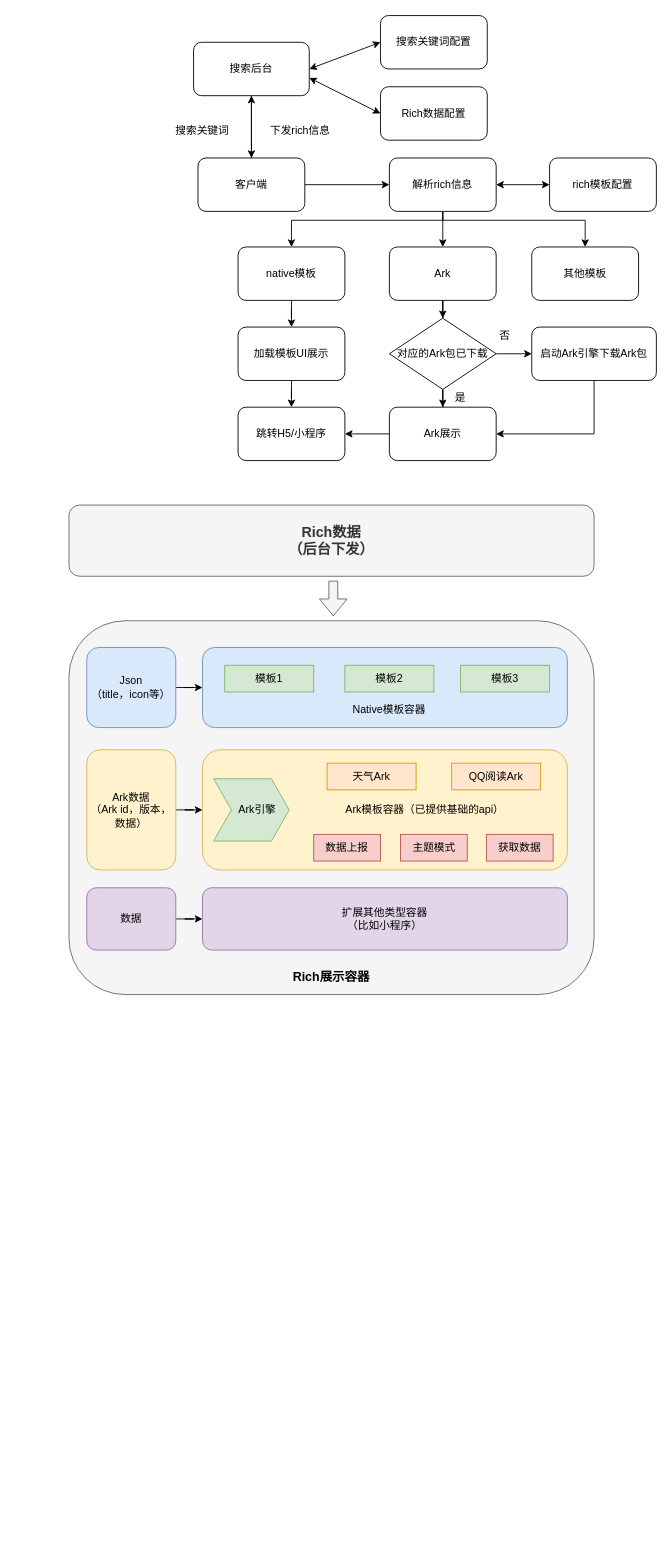
Before: page "Ark" (3 of 3) of t3.drawio in wind1096471134/Brainstorming, a draw.io diagram. Source tidied: cells renumbered, new cells numbered last; positions are measured from the earlier drawing's top-left corner, leaving out a move shared by most shapes. Both pictures are drawn from the tidied source at 89%, with x=0, y=0 at pixel (69, 15).
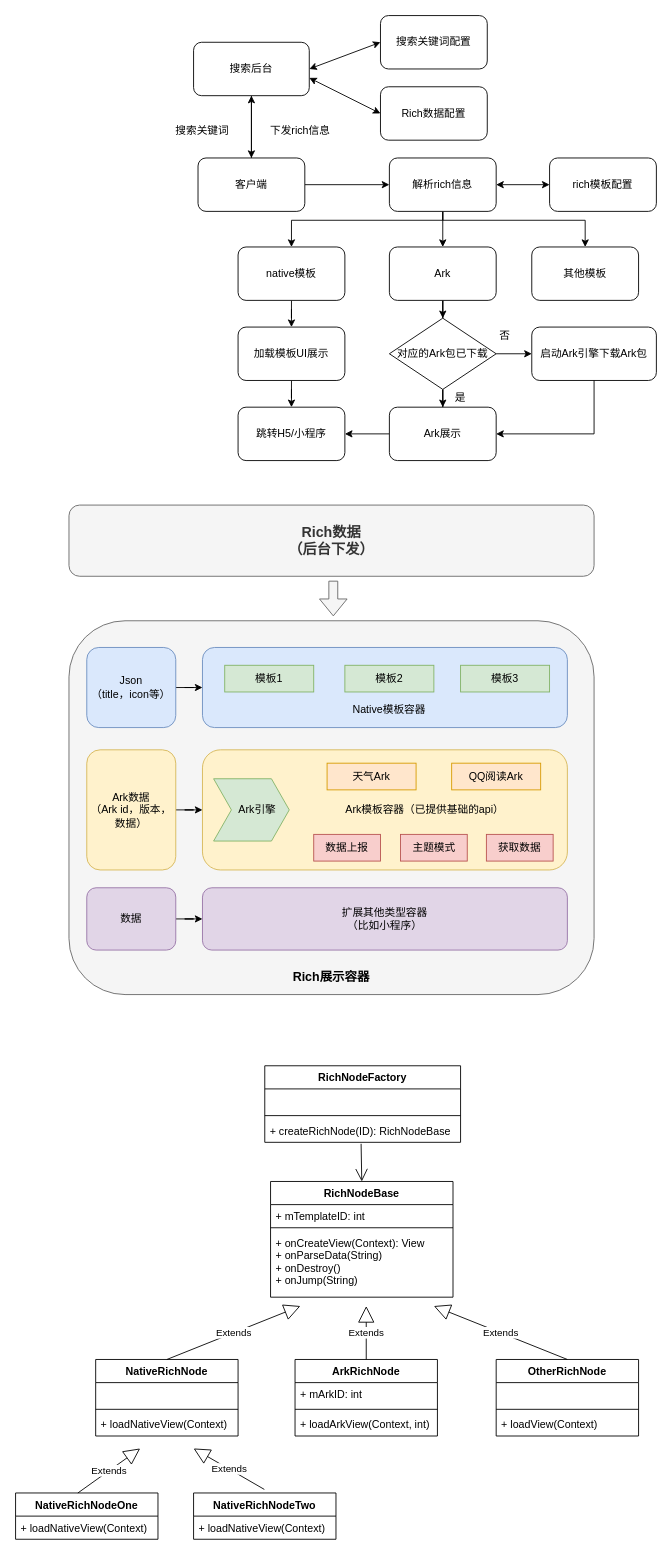
After the change.

The edit, as a diff of the source:
```diff
@@
+    <mxCell id="62" value="RichNodeFactory" style="swimlane;fontStyle=1;align=center;verticalAlign=top;horizontal=1;startSize=26;" parent="1" vertex="1">
+      <mxGeometry x="220" y="1180" width="220" height="86" as="geometry" />
+    </mxCell>
+    <mxCell id="63" value=" " style="text;strokeColor=none;fillColor=none;align=left;verticalAlign=top;spacingLeft=4;spacingRight=4;overflow=hidden;" parent="62" vertex="1">
+      <mxGeometry y="26" width="220" height="26" as="geometry" />
+    </mxCell>
+    <mxCell id="64" style="line;strokeWidth=1;fillColor=none;align=left;verticalAlign=middle;spacingTop=-1;spacingLeft=3;spacingRight=3;labelPosition=right;" parent="62" vertex="1">
+      <mxGeometry y="52" width="220" height="8" as="geometry" />
+    </mxCell>
+    <mxCell id="65" value="+ createRichNode(ID): RichNodeBase" style="text;strokeColor=none;fillColor=none;align=left;verticalAlign=top;spacingLeft=4;spacingRight=4;overflow=hidden;points=[[0,0.5],[1,0.5]];portConstraint=eastwest;" parent="62" vertex="1">
+      <mxGeometry y="60" width="220" height="26" as="geometry" />
+    </mxCell>
+    <mxCell id="66" value="RichNodeBase" style="swimlane;fontStyle=1;align=center;verticalAlign=top;horizontal=1;startSize=26;" parent="1" vertex="1">
+      <mxGeometry x="226.5" y="1310" width="205" height="130" as="geometry" />
+    </mxCell>
+    <mxCell id="67" value="+ mTemplateID: int" style="text;strokeColor=none;fillColor=none;align=left;verticalAlign=top;spacingLeft=4;spacingRight=4;overflow=hidden;" parent="66" vertex="1">
+      <mxGeometry y="26" width="205" height="22" as="geometry" />
+    </mxCell>
+    <mxCell id="68" style="line;strokeWidth=1;fillColor=none;align=left;verticalAlign=middle;spacingTop=-1;spacingLeft=3;spacingRight=3;labelPosition=right;" parent="66" vertex="1">
+      <mxGeometry y="48" width="205" height="8" as="geometry" />
+    </mxCell>
+    <mxCell id="69" value="+ onCreateView(Context): View&#10;+ onParseData(String)&#10;+ onDestroy()&#10;+ onJump(String)" style="text;strokeColor=none;fillColor=none;align=left;verticalAlign=top;spacingLeft=4;spacingRight=4;overflow=hidden;" parent="66" vertex="1">
+      <mxGeometry y="56" width="205" height="74" as="geometry" />
+    </mxCell>
+    <mxCell id="70" style="endArrow=open;endFill=1;endSize=12;html=1;exitX=0.492;exitY=1.064;exitDx=0;exitDy=0;exitPerimeter=0;entryX=0.5;entryY=0;entryDx=0;entryDy=0;" parent="1" edge="1" source="65" target="66">
+      <mxGeometry relative="1" as="geometry" />
+    </mxCell>
+    <mxCell id="71" value="NativeRichNode" style="swimlane;fontStyle=1;align=center;verticalAlign=top;horizontal=1;startSize=26;" parent="1" vertex="1">
+      <mxGeometry x="30" y="1510" width="160" height="86" as="geometry" />
+    </mxCell>
+    <mxCell id="72" value=" " style="text;strokeColor=none;fillColor=none;align=left;verticalAlign=top;spacingLeft=4;spacingRight=4;overflow=hidden;" parent="71" vertex="1">
+      <mxGeometry y="26" width="160" height="26" as="geometry" />
+    </mxCell>
+    <mxCell id="73" style="line;strokeWidth=1;fillColor=none;align=left;verticalAlign=middle;spacingTop=-1;spacingLeft=3;spacingRight=3;labelPosition=right;" parent="71" vertex="1">
+      <mxGeometry y="52" width="160" height="8" as="geometry" />
+    </mxCell>
+    <mxCell id="74" value="+ loadNativeView(Context)" style="text;strokeColor=none;fillColor=none;align=left;verticalAlign=top;spacingLeft=4;spacingRight=4;overflow=hidden;" parent="71" vertex="1">
+      <mxGeometry y="60" width="160" height="26" as="geometry" />
+    </mxCell>
+    <mxCell id="75" value="ArkRichNode" style="swimlane;fontStyle=1;align=center;verticalAlign=top;horizontal=1;startSize=26;" parent="1" vertex="1">
+      <mxGeometry x="254" y="1510" width="160" height="86" as="geometry" />
+    </mxCell>
+    <mxCell id="76" value="+ mArkID: int" style="text;strokeColor=none;fillColor=none;align=left;verticalAlign=top;spacingLeft=4;spacingRight=4;overflow=hidden;" parent="75" vertex="1">
+      <mxGeometry y="26" width="160" height="26" as="geometry" />
+    </mxCell>
+    <mxCell id="77" style="line;strokeWidth=1;fillColor=none;align=left;verticalAlign=middle;spacingTop=-1;spacingLeft=3;spacingRight=3;labelPosition=right;" parent="75" vertex="1">
+      <mxGeometry y="52" width="160" height="8" as="geometry" />
+    </mxCell>
+    <mxCell id="78" value="+ loadArkView(Context, int)" style="text;strokeColor=none;fillColor=none;align=left;verticalAlign=top;spacingLeft=4;spacingRight=4;overflow=hidden;" parent="75" vertex="1">
+      <mxGeometry y="60" width="160" height="26" as="geometry" />
+    </mxCell>
+    <mxCell id="79" value="OtherRichNode" style="swimlane;fontStyle=1;align=center;verticalAlign=top;horizontal=1;startSize=26;" parent="1" vertex="1">
+      <mxGeometry x="480" y="1510" width="160" height="86" as="geometry" />
+    </mxCell>
+    <mxCell id="80" value=" " style="text;strokeColor=none;fillColor=none;align=left;verticalAlign=top;spacingLeft=4;spacingRight=4;overflow=hidden;" parent="79" vertex="1">
+      <mxGeometry y="26" width="160" height="26" as="geometry" />
+    </mxCell>
+    <mxCell id="81" style="line;strokeWidth=1;fillColor=none;align=left;verticalAlign=middle;spacingTop=-1;spacingLeft=3;spacingRight=3;labelPosition=right;" parent="79" vertex="1">
+      <mxGeometry y="52" width="160" height="8" as="geometry" />
+    </mxCell>
+    <mxCell id="82" value="+ loadView(Context)" style="text;strokeColor=none;fillColor=none;align=left;verticalAlign=top;spacingLeft=4;spacingRight=4;overflow=hidden;" parent="79" vertex="1">
+      <mxGeometry y="60" width="160" height="26" as="geometry" />
+    </mxCell>
+    <mxCell id="83" value="Extends" style="endArrow=block;endSize=16;endFill=0;html=1;exitX=0.5;exitY=0;exitDx=0;exitDy=0;" parent="1" edge="1" source="71">
+      <mxGeometry relative="1" as="geometry">
+        <mxPoint x="260" y="1450" as="targetPoint" />
+      </mxGeometry>
+    </mxCell>
+    <mxCell id="84" value="Extends" style="endArrow=block;endSize=16;endFill=0;html=1;exitX=0.5;exitY=0;exitDx=0;exitDy=0;" parent="1" edge="1" source="75">
+      <mxGeometry relative="1" as="geometry">
+        <mxPoint x="334" y="1450" as="targetPoint" />
+      </mxGeometry>
+    </mxCell>
+    <mxCell id="85" value="Extends" style="endArrow=block;endSize=16;endFill=0;html=1;exitX=0.5;exitY=0;exitDx=0;exitDy=0;" parent="1" edge="1">
+      <mxGeometry relative="1" as="geometry">
+        <mxPoint x="560" y="1510" as="sourcePoint" />
+        <mxPoint x="410" y="1450" as="targetPoint" />
+      </mxGeometry>
+    </mxCell>
+    <mxCell id="86" value="NativeRichNodeOne" style="swimlane;fontStyle=1;align=center;verticalAlign=top;horizontal=1;startSize=26;" parent="1" vertex="1">
+      <mxGeometry x="-60" y="1660" width="160" height="52" as="geometry" />
+    </mxCell>
+    <mxCell id="87" value="+ loadNativeView(Context)" style="text;strokeColor=none;fillColor=none;align=left;verticalAlign=top;spacingLeft=4;spacingRight=4;overflow=hidden;" parent="86" vertex="1">
+      <mxGeometry y="26" width="160" height="26" as="geometry" />
+    </mxCell>
+    <mxCell id="88" value="NativeRichNodeTwo" style="swimlane;fontStyle=1;align=center;verticalAlign=top;horizontal=1;startSize=26;" parent="1" vertex="1">
+      <mxGeometry x="140" y="1660" width="160" height="52" as="geometry" />
+    </mxCell>
+    <mxCell id="89" value="+ loadNativeView(Context)" style="text;strokeColor=none;fillColor=none;align=left;verticalAlign=top;spacingLeft=4;spacingRight=4;overflow=hidden;" parent="88" vertex="1">
+      <mxGeometry y="26" width="160" height="26" as="geometry" />
+    </mxCell>
+    <mxCell id="90" value="Extends" style="endArrow=block;endSize=16;endFill=0;html=1;exitX=0.5;exitY=0;exitDx=0;exitDy=0;" parent="1" edge="1">
+      <mxGeometry relative="1" as="geometry">
+        <mxPoint x="219.5" y="1656" as="sourcePoint" />
+        <mxPoint x="140" y="1610" as="targetPoint" />
+      </mxGeometry>
+    </mxCell>
+    <mxCell id="91" value="Extends" style="endArrow=block;endSize=16;endFill=0;html=1;exitX=0.5;exitY=0;exitDx=0;exitDy=0;" parent="1" edge="1">
+      <mxGeometry relative="1" as="geometry">
+        <mxPoint x="10" y="1660" as="sourcePoint" />
+        <mxPoint x="80" y="1610" as="targetPoint" />
+      </mxGeometry>
+    </mxCell>
```
